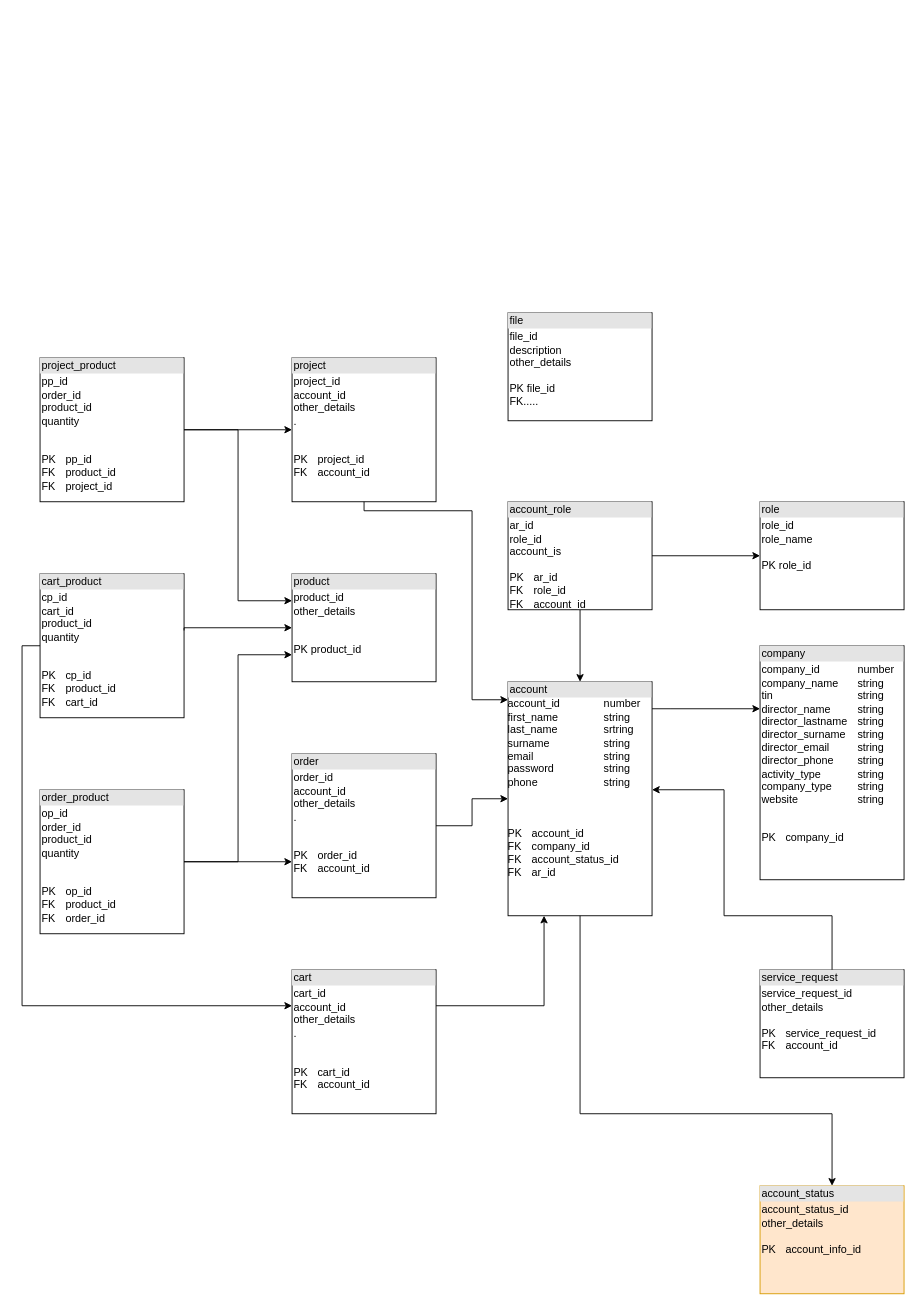
Before: Диаграмма без названия.drawio in zanchess/design-patterns, a draw.io diagram. Source tidied: cells renumbered, new cells numbered last; positions are measured from the earlier drawing's top-left corner, leaving out a move shared by most shapes. Both pictures are drawn from the tidied source at 90%, with x=0, y=0 at pixel (22, 312).
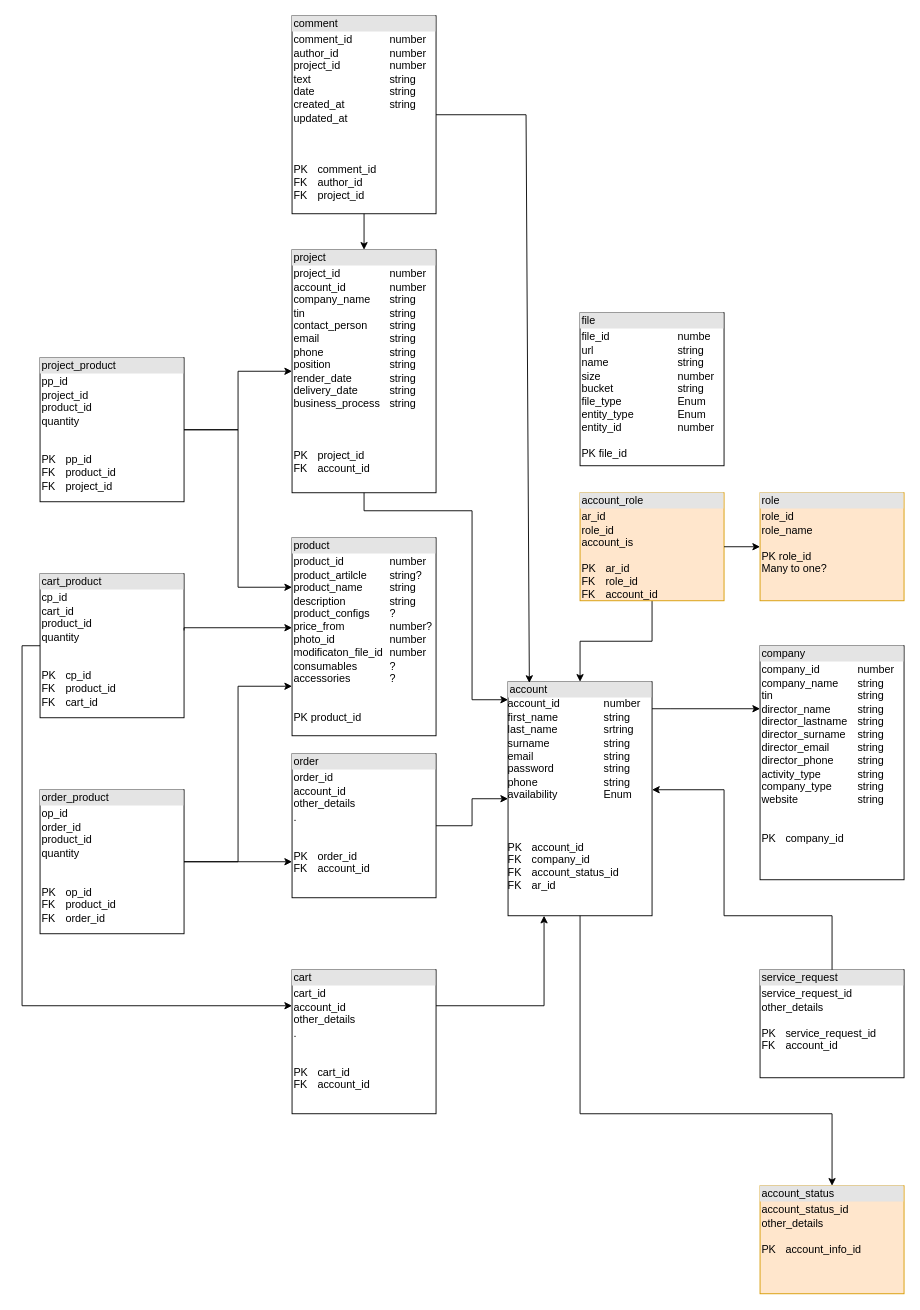
After the change.

What changed in the source:
```diff
@@
-    <mxCell id="2" value="&lt;div style=&quot;box-sizing:border-box;width:100%;background:#e4e4e4;padding:2px;&quot;&gt;account&lt;/div&gt;&lt;div&gt;account_id&lt;span style=&quot;white-space: pre;&quot;&gt;&#9;&lt;/span&gt;&lt;span style=&quot;white-space: pre;&quot;&gt;&#9;&lt;/span&gt;number&lt;/div&gt;&lt;div&gt;first_name&lt;span style=&quot;white-space: pre;&quot;&gt;&#9;&lt;/span&gt;&lt;span style=&quot;white-space: pre;&quot;&gt;&#9;&lt;/span&gt;string&lt;/div&gt;&lt;div&gt;last_name&lt;span style=&quot;white-space: pre;&quot;&gt;&#9;&lt;/span&gt;&lt;span style=&quot;white-space: pre;&quot;&gt;&#9;&lt;/span&gt;srtring&lt;/div&gt;&lt;div&gt;surname&lt;span style=&quot;white-space: pre;&quot;&gt;&#9;&lt;/span&gt;&lt;span style=&quot;white-space: pre;&quot;&gt;&#9;&lt;/span&gt;&lt;span style=&quot;white-space: pre;&quot;&gt;&#9;&lt;/span&gt;string&lt;/div&gt;&lt;div&gt;email&lt;span style=&quot;white-space: pre;&quot;&gt;&#9;&lt;/span&gt;&lt;span style=&quot;white-space: pre;&quot;&gt;&#9;&lt;/span&gt;&lt;span style=&quot;white-space: pre;&quot;&gt;&#9;&lt;/span&gt;string&lt;/div&gt;&lt;div&gt;password&lt;span style=&quot;white-space: pre;&quot;&gt;&#9;&lt;/span&gt;&lt;span style=&quot;white-space: pre;&quot;&gt;&#9;&lt;/span&gt;&lt;span style=&quot;white-space: pre;&quot;&gt;&#9;&lt;/span&gt;string&lt;/div&gt;&lt;div&gt;phone&lt;span style=&quot;white-space: pre;&quot;&gt;&#9;&lt;/span&gt;&lt;span style=&quot;white-space: pre;&quot;&gt;&#9;&lt;/span&gt;&lt;span style=&quot;white-space: pre;&quot;&gt;&#9;&lt;/span&gt;string&lt;/div&gt;&lt;div&gt;&lt;br&gt;&lt;/div&gt;&lt;div&gt;&lt;br&gt;&lt;/div&gt;&lt;div&gt;&lt;br&gt;&lt;/div&gt;PK&lt;span style=&quot;white-space: pre;&quot;&gt;&#9;&lt;/span&gt;account_id&lt;div&gt;FK&lt;span style=&quot;white-space: pre;&quot;&gt;&#9;&lt;/span&gt;company_id&lt;/div&gt;&lt;div&gt;FK&lt;span style=&quot;white-space: pre;&quot;&gt;&#9;&lt;/span&gt;account_status_id&lt;/div&gt;&lt;div&gt;FK&lt;span style=&quot;white-space: pre;&quot;&gt;&#9;&lt;/span&gt;ar_id&lt;br&gt;&lt;div&gt;&lt;table style=&quot;width:100%;font-size:1em;&quot; cellpadding=&quot;2&quot; cellspacing=&quot;0&quot;&gt;&lt;tbody&gt;&lt;/tbody&gt;&lt;/table&gt;&lt;/div&gt;&lt;/div&gt;" style="verticalAlign=top;align=left;overflow=fill;html=1;whiteSpace=wrap;" parent="1" vertex="1">
+    <mxCell id="2" value="&lt;div style=&quot;box-sizing:border-box;width:100%;background:#e4e4e4;padding:2px;&quot;&gt;account&lt;/div&gt;&lt;div&gt;account_id&lt;span style=&quot;white-space: pre;&quot;&gt;&#9;&lt;/span&gt;&lt;span style=&quot;white-space: pre;&quot;&gt;&#9;&lt;/span&gt;number&lt;/div&gt;&lt;div&gt;first_name&lt;span style=&quot;white-space: pre;&quot;&gt;&#9;&lt;/span&gt;&lt;span style=&quot;white-space: pre;&quot;&gt;&#9;&lt;/span&gt;string&lt;/div&gt;&lt;div&gt;last_name&lt;span style=&quot;white-space: pre;&quot;&gt;&#9;&lt;/span&gt;&lt;span style=&quot;white-space: pre;&quot;&gt;&#9;&lt;/span&gt;srtring&lt;/div&gt;&lt;div&gt;surname&lt;span style=&quot;white-space: pre;&quot;&gt;&#9;&lt;/span&gt;&lt;span style=&quot;white-space: pre;&quot;&gt;&#9;&lt;/span&gt;&lt;span style=&quot;white-space: pre;&quot;&gt;&#9;&lt;/span&gt;string&lt;/div&gt;&lt;div&gt;email&lt;span style=&quot;white-space: pre;&quot;&gt;&#9;&lt;/span&gt;&lt;span style=&quot;white-space: pre;&quot;&gt;&#9;&lt;/span&gt;&lt;span style=&quot;white-space: pre;&quot;&gt;&#9;&lt;/span&gt;string&lt;/div&gt;&lt;div&gt;password&lt;span style=&quot;white-space: pre;&quot;&gt;&#9;&lt;/span&gt;&lt;span style=&quot;white-space: pre;&quot;&gt;&#9;&lt;/span&gt;&lt;span style=&quot;white-space: pre;&quot;&gt;&#9;&lt;/span&gt;string&lt;/div&gt;&lt;div&gt;phone&lt;span style=&quot;white-space: pre;&quot;&gt;&#9;&lt;/span&gt;&lt;span style=&quot;white-space: pre;&quot;&gt;&#9;&lt;/span&gt;&lt;span style=&quot;white-space: pre;&quot;&gt;&#9;&lt;/span&gt;string&lt;/div&gt;&lt;div&gt;availability&lt;span style=&quot;white-space: pre;&quot;&gt;&#9;&lt;/span&gt;&lt;span style=&quot;white-space: pre;&quot;&gt;&#9;&lt;/span&gt;Enum&lt;/div&gt;&lt;div&gt;&lt;br&gt;&lt;/div&gt;&lt;div&gt;&lt;br&gt;&lt;/div&gt;&lt;div&gt;&lt;br&gt;&lt;/div&gt;PK&lt;span style=&quot;white-space: pre;&quot;&gt;&#9;&lt;/span&gt;account_id&lt;div&gt;FK&lt;span style=&quot;white-space: pre;&quot;&gt;&#9;&lt;/span&gt;company_id&lt;/div&gt;&lt;div&gt;FK&lt;span style=&quot;white-space: pre;&quot;&gt;&#9;&lt;/span&gt;account_status_id&lt;/div&gt;&lt;div&gt;FK&lt;span style=&quot;white-space: pre;&quot;&gt;&#9;&lt;/span&gt;ar_id&lt;br&gt;&lt;div&gt;&lt;table style=&quot;width:100%;font-size:1em;&quot; cellpadding=&quot;2&quot; cellspacing=&quot;0&quot;&gt;&lt;tbody&gt;&lt;/tbody&gt;&lt;/table&gt;&lt;/div&gt;&lt;/div&gt;" style="verticalAlign=top;align=left;overflow=fill;html=1;whiteSpace=wrap;" parent="1" vertex="1">
       <mxGeometry x="540" y="410" width="160" height="260" as="geometry" />
     </mxCell>
@@
-    <mxCell id="4" value="&lt;div style=&quot;box-sizing:border-box;width:100%;background:#e4e4e4;padding:2px;&quot;&gt;role&lt;/div&gt;&lt;table style=&quot;width:100%;font-size:1em;&quot; cellpadding=&quot;2&quot; cellspacing=&quot;0&quot;&gt;&lt;tbody&gt;&lt;tr&gt;&lt;td&gt;role_id&lt;br&gt;role_name&lt;br&gt;&lt;br&gt;PK role_id&lt;/td&gt;&lt;td&gt;&lt;br&gt;&lt;/td&gt;&lt;/tr&gt;&lt;/tbody&gt;&lt;/table&gt;" style="verticalAlign=top;align=left;overflow=fill;html=1;whiteSpace=wrap;" parent="1" vertex="1">
-      <mxGeometry x="820" y="210" width="160" height="120" as="geometry" />
+    <mxCell id="4" value="&lt;div style=&quot;box-sizing:border-box;width:100%;background:#e4e4e4;padding:2px;&quot;&gt;role&lt;/div&gt;&lt;table style=&quot;width:100%;font-size:1em;&quot; cellpadding=&quot;2&quot; cellspacing=&quot;0&quot;&gt;&lt;tbody&gt;&lt;tr&gt;&lt;td&gt;role_id&lt;br&gt;role_name&lt;br&gt;&lt;br&gt;PK role_id&lt;br&gt;Many to one?&lt;/td&gt;&lt;td&gt;&lt;br&gt;&lt;/td&gt;&lt;/tr&gt;&lt;/tbody&gt;&lt;/table&gt;" style="verticalAlign=top;align=left;overflow=fill;html=1;whiteSpace=wrap;fillColor=#ffe6cc;strokeColor=#d79b00;" parent="1" vertex="1">
+      <mxGeometry x="820" y="200" width="160" height="120" as="geometry" />
     </mxCell>
@@
-    <mxCell id="6" value="&lt;div style=&quot;box-sizing:border-box;width:100%;background:#e4e4e4;padding:2px;&quot;&gt;account_role&lt;/div&gt;&lt;table style=&quot;width:100%;font-size:1em;&quot; cellpadding=&quot;2&quot; cellspacing=&quot;0&quot;&gt;&lt;tbody&gt;&lt;tr&gt;&lt;td&gt;ar_id&lt;br&gt;role_id&lt;br&gt;account_is&lt;br&gt;&lt;br&gt;PK&lt;span style=&quot;white-space: pre;&quot;&gt;&#9;&lt;/span&gt;ar_id&lt;br&gt;FK&lt;span style=&quot;white-space: pre;&quot;&gt;&#9;&lt;/span&gt;role_id&lt;br&gt;FK&lt;span style=&quot;white-space: pre;&quot;&gt;&#9;&lt;/span&gt;account_id&lt;/td&gt;&lt;td&gt;&lt;br&gt;&lt;/td&gt;&lt;/tr&gt;&lt;/tbody&gt;&lt;/table&gt;" style="verticalAlign=top;align=left;overflow=fill;html=1;whiteSpace=wrap;" parent="1" vertex="1">
-      <mxGeometry x="540" y="210" width="160" height="120" as="geometry" />
+    <mxCell id="6" value="&lt;div style=&quot;box-sizing:border-box;width:100%;background:#e4e4e4;padding:2px;&quot;&gt;account_role&lt;/div&gt;&lt;table style=&quot;width:100%;font-size:1em;&quot; cellpadding=&quot;2&quot; cellspacing=&quot;0&quot;&gt;&lt;tbody&gt;&lt;tr&gt;&lt;td&gt;ar_id&lt;br&gt;role_id&lt;br&gt;account_is&lt;br&gt;&lt;br&gt;PK&lt;span style=&quot;white-space: pre;&quot;&gt;&#9;&lt;/span&gt;ar_id&lt;br&gt;FK&lt;span style=&quot;white-space: pre;&quot;&gt;&#9;&lt;/span&gt;role_id&lt;br&gt;FK&lt;span style=&quot;white-space: pre;&quot;&gt;&#9;&lt;/span&gt;account_id&lt;/td&gt;&lt;td&gt;&lt;br&gt;&lt;/td&gt;&lt;/tr&gt;&lt;/tbody&gt;&lt;/table&gt;" style="verticalAlign=top;align=left;overflow=fill;html=1;whiteSpace=wrap;fillColor=#ffe6cc;strokeColor=#d79b00;" parent="1" vertex="1">
+      <mxGeometry x="620" y="200" width="160" height="120" as="geometry" />
     </mxCell>
@@
-    <mxCell id="9" value="&lt;div style=&quot;box-sizing:border-box;width:100%;background:#e4e4e4;padding:2px;&quot;&gt;product&lt;/div&gt;&lt;table style=&quot;width:100%;font-size:1em;&quot; cellpadding=&quot;2&quot; cellspacing=&quot;0&quot;&gt;&lt;tbody&gt;&lt;tr&gt;&lt;td&gt;product_id&lt;br&gt;other_details&lt;br&gt;&lt;br&gt;&lt;br&gt;PK product_id&lt;/td&gt;&lt;td&gt;&lt;br&gt;&lt;/td&gt;&lt;/tr&gt;&lt;/tbody&gt;&lt;/table&gt;" style="verticalAlign=top;align=left;overflow=fill;html=1;whiteSpace=wrap;" parent="1" vertex="1">
-      <mxGeometry x="300" y="290" width="160" height="120" as="geometry" />
+    <mxCell id="9" value="&lt;div style=&quot;box-sizing:border-box;width:100%;background:#e4e4e4;padding:2px;&quot;&gt;product&lt;/div&gt;&lt;table style=&quot;width:100%;font-size:1em;&quot; cellpadding=&quot;2&quot; cellspacing=&quot;0&quot;&gt;&lt;tbody&gt;&lt;tr&gt;&lt;td&gt;product_id&lt;span style=&quot;white-space: pre;&quot;&gt;&#9;&lt;/span&gt;&lt;span style=&quot;white-space: pre;&quot;&gt;&#9;&lt;/span&gt;number&lt;br&gt;product_artilcle&lt;span style=&quot;white-space: pre;&quot;&gt;&#9;&lt;/span&gt;string?&lt;br&gt;product_name&lt;span style=&quot;white-space: pre;&quot;&gt;&#9;&lt;/span&gt;&lt;span style=&quot;white-space: pre;&quot;&gt;&#9;&lt;/span&gt;string&lt;br&gt;description&lt;span style=&quot;white-space: pre;&quot;&gt;&#9;&lt;/span&gt;&lt;span style=&quot;white-space: pre;&quot;&gt;&#9;&lt;/span&gt;string&lt;br&gt;product_configs&lt;span style=&quot;white-space: pre;&quot;&gt;&#9;&lt;/span&gt;?&lt;br&gt;price_from&lt;span style=&quot;white-space: pre;&quot;&gt;&#9;&lt;/span&gt;&lt;span style=&quot;white-space: pre;&quot;&gt;&#9;&lt;/span&gt;number?&lt;br&gt;photo_id&lt;span style=&quot;white-space: pre;&quot;&gt;&#9;&lt;/span&gt;&lt;span style=&quot;white-space: pre;&quot;&gt;&#9;&lt;/span&gt;&lt;span style=&quot;white-space: pre;&quot;&gt;&#9;&lt;/span&gt;number&lt;br&gt;modificaton_file_id&lt;span style=&quot;white-space: pre;&quot;&gt;&#9;&lt;/span&gt;number&lt;br&gt;consumables&lt;span style=&quot;white-space: pre;&quot;&gt;&#9;&lt;span style=&quot;white-space: pre;&quot;&gt;&#9;&lt;/span&gt;?&lt;br/&gt;accessories&lt;span style=&quot;white-space: pre;&quot;&gt;&#9;&lt;/span&gt;&lt;span style=&quot;white-space: pre;&quot;&gt;&#9;&lt;/span&gt;?&lt;br&gt;&lt;/span&gt;&lt;span style=&quot;white-space: pre;&quot;&gt;&#9;&lt;/span&gt;&lt;span style=&quot;white-space: pre;&quot;&gt;&#9;&lt;/span&gt;&lt;span style=&quot;white-space: pre;&quot;&gt;&#9;&lt;/span&gt;&lt;br&gt;&lt;br&gt;PK product_id&lt;/td&gt;&lt;td&gt;&lt;br&gt;&lt;/td&gt;&lt;/tr&gt;&lt;/tbody&gt;&lt;/table&gt;" style="verticalAlign=top;align=left;overflow=fill;html=1;whiteSpace=wrap;" parent="1" vertex="1">
+      <mxGeometry x="300" y="250" width="160" height="220" as="geometry" />
     </mxCell>
@@
-    <mxCell id="13" value="&lt;div style=&quot;box-sizing:border-box;width:100%;background:#e4e4e4;padding:2px;&quot;&gt;project&lt;/div&gt;&lt;table style=&quot;width:100%;font-size:1em;&quot; cellpadding=&quot;2&quot; cellspacing=&quot;0&quot;&gt;&lt;tbody&gt;&lt;tr&gt;&lt;td&gt;project_id&lt;br&gt;account_id&lt;br&gt;other_details&lt;br&gt;.&lt;br&gt;&lt;br&gt;&lt;br&gt;PK&lt;span style=&quot;white-space: pre;&quot;&gt;&#9;&lt;/span&gt;project_id&lt;br&gt;FK&lt;span style=&quot;white-space: pre;&quot;&gt;&#9;&lt;/span&gt;account_id&lt;/td&gt;&lt;td&gt;&lt;br&gt;&lt;/td&gt;&lt;/tr&gt;&lt;/tbody&gt;&lt;/table&gt;" style="verticalAlign=top;align=left;overflow=fill;html=1;whiteSpace=wrap;" parent="1" vertex="1">
-      <mxGeometry x="300" y="50" width="160" height="160" as="geometry" />
+    <mxCell id="13" value="&lt;div style=&quot;box-sizing:border-box;width:100%;background:#e4e4e4;padding:2px;&quot;&gt;project&lt;/div&gt;&lt;table style=&quot;width:100%;font-size:1em;&quot; cellpadding=&quot;2&quot; cellspacing=&quot;0&quot;&gt;&lt;tbody&gt;&lt;tr&gt;&lt;td&gt;project_id&lt;span style=&quot;white-space: pre;&quot;&gt;&#9;&lt;/span&gt;&lt;span style=&quot;white-space: pre;&quot;&gt;&#9;&lt;/span&gt;number&lt;br&gt;account_id&lt;span style=&quot;white-space: pre;&quot;&gt;&#9;&lt;/span&gt;&lt;span style=&quot;white-space: pre;&quot;&gt;&#9;&lt;/span&gt;number&lt;br&gt;company_name&lt;span style=&quot;white-space: pre;&quot;&gt;&#9;&lt;/span&gt;string&lt;br&gt;tin&lt;span style=&quot;white-space: pre;&quot;&gt;&#9;&lt;/span&gt;&lt;span style=&quot;white-space: pre;&quot;&gt;&#9;&lt;/span&gt;&lt;span style=&quot;white-space: pre;&quot;&gt;&#9;&lt;/span&gt;&lt;span style=&quot;white-space: pre;&quot;&gt;&#9;&lt;/span&gt;string&lt;br&gt;contact_person&lt;span style=&quot;white-space: pre;&quot;&gt;&#9;&lt;/span&gt;string&lt;br&gt;email&lt;span style=&quot;white-space: pre;&quot;&gt;&#9;&lt;/span&gt;&lt;span style=&quot;white-space: pre;&quot;&gt;&#9;&lt;/span&gt;&lt;span style=&quot;white-space: pre;&quot;&gt;&#9;&lt;/span&gt;string&lt;br&gt;phone&lt;span style=&quot;white-space: pre;&quot;&gt;&#9;&lt;/span&gt;&lt;span style=&quot;white-space: pre;&quot;&gt;&#9;&lt;/span&gt;&lt;span style=&quot;white-space: pre;&quot;&gt;&#9;&lt;/span&gt;string&lt;br&gt;position&lt;span style=&quot;white-space: pre;&quot;&gt;&#9;&lt;/span&gt;&lt;span style=&quot;white-space: pre;&quot;&gt;&#9;&lt;/span&gt;&lt;span style=&quot;white-space: pre;&quot;&gt;&#9;&lt;/span&gt;string&lt;br&gt;render_date&lt;span style=&quot;white-space: pre;&quot;&gt;&#9;&lt;/span&gt;&lt;span style=&quot;white-space: pre;&quot;&gt;&#9;&lt;/span&gt;string&lt;br&gt;delivery_date&lt;span style=&quot;white-space: pre;&quot;&gt;&#9;&lt;/span&gt;&lt;span style=&quot;white-space: pre;&quot;&gt;&#9;&lt;/span&gt;string&lt;br&gt;business_process&lt;span style=&quot;white-space: pre;&quot;&gt;&#9;&lt;/span&gt;string&lt;br&gt;&lt;br&gt;&lt;br&gt;&lt;br&gt;PK&lt;span style=&quot;white-space: pre;&quot;&gt;&#9;&lt;/span&gt;project_id&lt;br&gt;FK&lt;span style=&quot;white-space: pre;&quot;&gt;&#9;&lt;/span&gt;account_id&lt;/td&gt;&lt;td&gt;&lt;br&gt;&lt;/td&gt;&lt;/tr&gt;&lt;/tbody&gt;&lt;/table&gt;" style="verticalAlign=top;align=left;overflow=fill;html=1;whiteSpace=wrap;" parent="1" vertex="1">
+      <mxGeometry x="300" y="-70" width="160" height="270" as="geometry" />
     </mxCell>
@@
-    <mxCell id="15" value="&lt;div style=&quot;box-sizing:border-box;width:100%;background:#e4e4e4;padding:2px;&quot;&gt;project_product&lt;/div&gt;&lt;table style=&quot;width:100%;font-size:1em;&quot; cellpadding=&quot;2&quot; cellspacing=&quot;0&quot;&gt;&lt;tbody&gt;&lt;tr&gt;&lt;td&gt;pp_id&lt;br&gt;order_id&lt;br&gt;product_id&lt;br&gt;quantity&lt;br&gt;&lt;br&gt;&lt;br&gt;PK&lt;span style=&quot;white-space: pre;&quot;&gt;&#9;&lt;/span&gt;pp_id&lt;br&gt;FK&lt;span style=&quot;white-space: pre;&quot;&gt;&#9;&lt;/span&gt;product_id&lt;br&gt;FK&lt;span style=&quot;white-space: pre;&quot;&gt;&#9;&lt;/span&gt;project_id&lt;/td&gt;&lt;td&gt;&lt;br&gt;&lt;/td&gt;&lt;/tr&gt;&lt;/tbody&gt;&lt;/table&gt;" style="verticalAlign=top;align=left;overflow=fill;html=1;whiteSpace=wrap;" parent="1" vertex="1">
+    <mxCell id="15" value="&lt;div style=&quot;box-sizing:border-box;width:100%;background:#e4e4e4;padding:2px;&quot;&gt;project_product&lt;/div&gt;&lt;table style=&quot;width:100%;font-size:1em;&quot; cellpadding=&quot;2&quot; cellspacing=&quot;0&quot;&gt;&lt;tbody&gt;&lt;tr&gt;&lt;td&gt;pp_id&lt;br&gt;project_id&lt;br&gt;product_id&lt;br&gt;quantity&lt;br&gt;&lt;br&gt;&lt;br&gt;PK&lt;span style=&quot;white-space: pre;&quot;&gt;&#9;&lt;/span&gt;pp_id&lt;br&gt;FK&lt;span style=&quot;white-space: pre;&quot;&gt;&#9;&lt;/span&gt;product_id&lt;br&gt;FK&lt;span style=&quot;white-space: pre;&quot;&gt;&#9;&lt;/span&gt;project_id&lt;/td&gt;&lt;td&gt;&lt;br&gt;&lt;/td&gt;&lt;/tr&gt;&lt;/tbody&gt;&lt;/table&gt;" style="verticalAlign=top;align=left;overflow=fill;html=1;whiteSpace=wrap;" parent="1" vertex="1">
       <mxGeometry x="20" y="50" width="160" height="160" as="geometry" />
     </mxCell>
@@
-    <mxCell id="25" value="&lt;div style=&quot;box-sizing:border-box;width:100%;background:#e4e4e4;padding:2px;&quot;&gt;file&lt;/div&gt;&lt;table style=&quot;width:100%;font-size:1em;&quot; cellpadding=&quot;2&quot; cellspacing=&quot;0&quot;&gt;&lt;tbody&gt;&lt;tr&gt;&lt;td&gt;file_id&lt;br&gt;description&lt;br&gt;other_details&lt;br&gt;&lt;br&gt;PK file_id&lt;br&gt;FK.....&lt;/td&gt;&lt;td&gt;&lt;br&gt;&lt;/td&gt;&lt;/tr&gt;&lt;/tbody&gt;&lt;/table&gt;" style="verticalAlign=top;align=left;overflow=fill;html=1;whiteSpace=wrap;" parent="1" vertex="1">
-      <mxGeometry x="540" width="160" height="120" as="geometry" />
+    <mxCell id="25" value="&lt;div style=&quot;box-sizing:border-box;width:100%;background:#e4e4e4;padding:2px;&quot;&gt;file&lt;/div&gt;&lt;table style=&quot;width:100%;font-size:1em;&quot; cellpadding=&quot;2&quot; cellspacing=&quot;0&quot;&gt;&lt;tbody&gt;&lt;tr&gt;&lt;td&gt;file_id&lt;span style=&quot;white-space: pre;&quot;&gt;&#9;&lt;/span&gt;&lt;span style=&quot;white-space: pre;&quot;&gt;&#9;&lt;/span&gt;&lt;span style=&quot;white-space: pre;&quot;&gt;&#9;&lt;/span&gt;numbe&lt;span style=&quot;white-space: pre;&quot;&gt;&#9;&lt;/span&gt;&lt;br&gt;url&lt;span style=&quot;white-space: pre;&quot;&gt;&#9;&lt;/span&gt;&lt;span style=&quot;white-space: pre;&quot;&gt;&#9;&lt;/span&gt;&lt;span style=&quot;white-space: pre;&quot;&gt;&#9;&lt;/span&gt;&lt;span style=&quot;white-space: pre;&quot;&gt;&#9;&lt;/span&gt;string&lt;br&gt;name&lt;span style=&quot;white-space: pre;&quot;&gt;&#9;&lt;/span&gt;&lt;span style=&quot;white-space: pre;&quot;&gt;&#9;&lt;/span&gt;&lt;span style=&quot;white-space: pre;&quot;&gt;&#9;&lt;/span&gt;string&lt;br&gt;size&lt;span style=&quot;white-space: pre;&quot;&gt;&#9;&lt;/span&gt;&lt;span style=&quot;white-space: pre;&quot;&gt;&#9;&lt;/span&gt;&lt;span style=&quot;white-space: pre;&quot;&gt;&#9;&lt;/span&gt;&lt;span style=&quot;white-space: pre;&quot;&gt;&#9;&lt;/span&gt;number&lt;br&gt;bucket&lt;span style=&quot;white-space: pre;&quot;&gt;&#9;&lt;/span&gt;&lt;span style=&quot;white-space: pre;&quot;&gt;&#9;&lt;/span&gt;&lt;span style=&quot;white-space: pre;&quot;&gt;&#9;&lt;/span&gt;string&lt;br&gt;file_type&lt;span style=&quot;white-space: pre;&quot;&gt;&#9;&lt;/span&gt;&lt;span style=&quot;white-space: pre;&quot;&gt;&#9;&lt;/span&gt;&lt;span style=&quot;white-space: pre;&quot;&gt;&#9;&lt;/span&gt;Enum&lt;br&gt;entity_type&lt;span style=&quot;white-space: pre;&quot;&gt;&#9;&lt;/span&gt;&lt;span style=&quot;white-space: pre;&quot;&gt;&#9;&lt;/span&gt;Enum&lt;br&gt;entity_id&lt;span style=&quot;white-space: pre;&quot;&gt;&#9;&lt;/span&gt;&lt;span style=&quot;white-space: pre;&quot;&gt;&#9;&lt;/span&gt;&lt;span style=&quot;white-space: pre;&quot;&gt;&#9;&lt;/span&gt;number&lt;br&gt;&lt;br&gt;PK file_id&lt;br&gt;&lt;/td&gt;&lt;td&gt;&lt;br&gt;&lt;/td&gt;&lt;/tr&gt;&lt;/tbody&gt;&lt;/table&gt;" style="verticalAlign=top;align=left;overflow=fill;html=1;whiteSpace=wrap;" parent="1" vertex="1">
+      <mxGeometry x="620" width="160" height="170" as="geometry" />
     </mxCell>
@@
+    <mxCell id="30" value="&lt;div style=&quot;box-sizing:border-box;width:100%;background:#e4e4e4;padding:2px;&quot;&gt;comment&lt;/div&gt;&lt;table style=&quot;width:100%;font-size:1em;&quot; cellpadding=&quot;2&quot; cellspacing=&quot;0&quot;&gt;&lt;tbody&gt;&lt;tr&gt;&lt;td&gt;comment_id&lt;span style=&quot;white-space: pre;&quot;&gt;&#9;&lt;/span&gt;&lt;span style=&quot;white-space: pre;&quot;&gt;&#9;&lt;/span&gt;number&lt;br&gt;author_id&lt;span style=&quot;white-space: pre;&quot;&gt;&#9;&lt;/span&gt;&lt;span style=&quot;white-space: pre;&quot;&gt;&#9;&lt;/span&gt;&lt;span style=&quot;white-space: pre;&quot;&gt;&#9;&lt;/span&gt;number&lt;br&gt;project_id&lt;span style=&quot;white-space: pre;&quot;&gt;&#9;&lt;/span&gt;&lt;span style=&quot;white-space: pre;&quot;&gt;&#9;&lt;/span&gt;number&lt;br&gt;text&lt;span style=&quot;white-space: pre;&quot;&gt;&#9;&lt;/span&gt;&lt;span style=&quot;white-space: pre;&quot;&gt;&#9;&lt;/span&gt;&lt;span style=&quot;white-space: pre;&quot;&gt;&#9;&lt;/span&gt;&lt;span style=&quot;white-space: pre;&quot;&gt;&#9;&lt;/span&gt;string&lt;br&gt;date&lt;span style=&quot;white-space: pre;&quot;&gt;&#9;&lt;/span&gt;&lt;span style=&quot;white-space: pre;&quot;&gt;&#9;&lt;/span&gt;&lt;span style=&quot;white-space: pre;&quot;&gt;&#9;&lt;/span&gt;&lt;span style=&quot;white-space: pre;&quot;&gt;&#9;&lt;/span&gt;string&lt;br&gt;created_at&lt;span style=&quot;white-space: pre;&quot;&gt;&#9;&lt;/span&gt;&lt;span style=&quot;white-space: pre;&quot;&gt;&#9;&lt;/span&gt;string&lt;br&gt;updated_at&lt;br&gt;&lt;span style=&quot;white-space: pre;&quot;&gt;&#9;&lt;/span&gt;&lt;span style=&quot;white-space: pre;&quot;&gt;&#9;&lt;/span&gt;&lt;br&gt;&lt;br&gt;&lt;br&gt;PK&lt;span style=&quot;white-space: pre;&quot;&gt;&#9;&lt;/span&gt;comment_id&lt;br&gt;FK&lt;span style=&quot;white-space: pre;&quot;&gt;&#9;&lt;/span&gt;author_id&lt;br&gt;FK&lt;span style=&quot;white-space: pre;&quot;&gt;&#9;&lt;/span&gt;project_id&lt;/td&gt;&lt;td&gt;&lt;br&gt;&lt;/td&gt;&lt;/tr&gt;&lt;/tbody&gt;&lt;/table&gt;" style="verticalAlign=top;align=left;overflow=fill;html=1;whiteSpace=wrap;" parent="1" vertex="1">
+      <mxGeometry x="300" y="-330" width="160" height="220" as="geometry" />
+    </mxCell>
+    <mxCell id="31" style="endArrow=classic;html=1;rounded=0;" parent="1" edge="1" source="30" target="13">
+      <mxGeometry relative="1" as="geometry" />
+    </mxCell>
+    <mxCell id="32" style="endArrow=classic;html=1;rounded=0;entryX=0.148;entryY=0.005;entryDx=0;entryDy=0;entryPerimeter=0;" parent="1" edge="1" source="30" target="2">
+      <mxGeometry relative="1" as="geometry">
+        <Array as="points">
+          <mxPoint x="560" y="-220" />
+        </Array>
+      </mxGeometry>
+    </mxCell>
```
